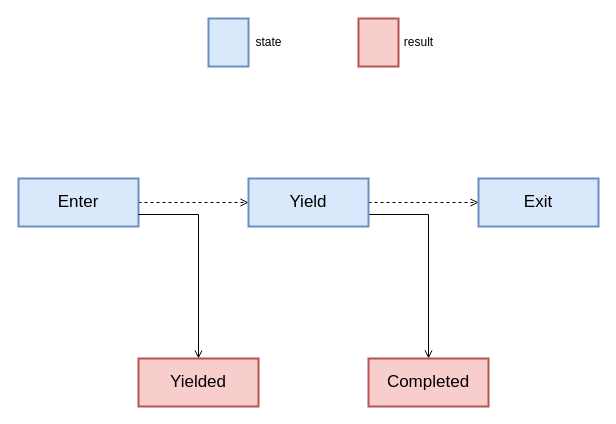
Above: page "generater" (2 of 4) of rust/rust-feature.drawio in dovics/draw.io (draw.io), before the change. Source tidied: cells renumbered, new cells numbered last; positions are measured from the earlier drawing's top-left corner, leaving out a move shared by most shapes. Both pictures are drawn from the tidied source at 100%, with x=0, y=0 at pixel (18, 18).
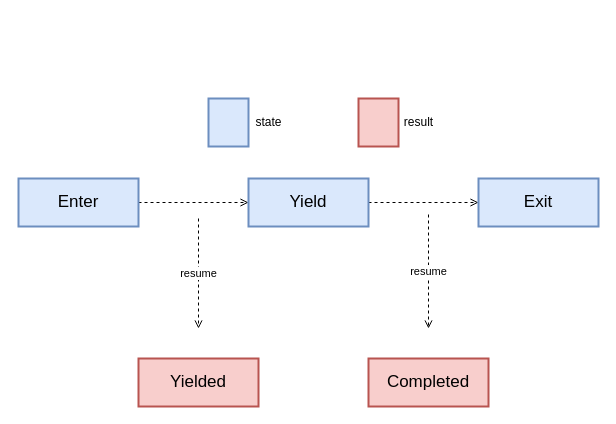
The same diagram, later.

The edit, as a diff of the source:
```diff
@@
 <mxGraphModel>
   <root>
     <mxCell id="0" />
     <mxCell id="1" parent="0" />
     <mxCell id="2" style="edgeStyle=orthogonalEdgeStyle;rounded=0;jettySize=auto;html=1;endArrow=open;endFill=0;dashed=1;" parent="1" edge="1" source="3" target="7">
       <mxGeometry relative="1" as="geometry" />
     </mxCell>
     <mxCell id="3" value="Enter" style="rounded=0;whiteSpace=wrap;html=1;strokeWidth=2;fontSize=17;fillColor=#dae8fc;strokeColor=#6c8ebf;" parent="1" vertex="1">
       <mxGeometry y="160" width="120" height="48" as="geometry" />
     </mxCell>
     <mxCell id="4" style="edgeStyle=orthogonalEdgeStyle;rounded=0;jettySize=auto;html=1;endArrow=open;endFill=0;dashed=1;" parent="1" edge="1" source="7" target="8">
       <mxGeometry relative="1" as="geometry" />
     </mxCell>
-    <mxCell id="5" style="edgeStyle=orthogonalEdgeStyle;rounded=0;jettySize=auto;html=1;exitX=1;exitY=0.75;exitDx=0;exitDy=0;endArrow=open;endFill=0;" parent="1" edge="1" source="3" target="9">
-      <mxGeometry relative="1" as="geometry" />
+    <mxCell id="5" value="resume" style="edgeStyle=orthogonalEdgeStyle;rounded=0;orthogonalLoop=1;jettySize=auto;html=1;endArrow=open;endFill=0;dashed=1;" parent="1" edge="1">
+      <mxGeometry relative="1" as="geometry">
+        <mxPoint x="180" y="200" as="sourcePoint" />
+        <mxPoint x="180" y="310" as="targetPoint" />
+      </mxGeometry>
     </mxCell>
-    <mxCell id="6" style="edgeStyle=orthogonalEdgeStyle;rounded=0;jettySize=auto;html=1;exitX=1;exitY=0.75;exitDx=0;exitDy=0;entryX=0.5;entryY=0;entryDx=0;entryDy=0;endArrow=open;endFill=0;" parent="1" edge="1" source="7" target="10">
-      <mxGeometry relative="1" as="geometry" />
+    <mxCell id="6" value="resume" style="edgeStyle=orthogonalEdgeStyle;rounded=0;orthogonalLoop=1;jettySize=auto;html=1;endArrow=open;endFill=0;dashed=1;" parent="1" edge="1">
+      <mxGeometry relative="1" as="geometry">
+        <mxPoint x="410" y="196" as="sourcePoint" />
+        <mxPoint x="410" y="310" as="targetPoint" />
+      </mxGeometry>
     </mxCell>
     <mxCell id="7" value="Yield" style="rounded=0;whiteSpace=wrap;html=1;strokeWidth=2;fontSize=17;fillColor=#dae8fc;strokeColor=#6c8ebf;" parent="1" vertex="1">
       <mxGeometry x="230" y="160" width="120" height="48" as="geometry" />
     </mxCell>
     <mxCell id="8" value="Exit" style="rounded=0;whiteSpace=wrap;html=1;strokeWidth=2;fontSize=17;fillColor=#dae8fc;strokeColor=#6c8ebf;" parent="1" vertex="1">
       <mxGeometry x="460" y="160" width="120" height="48" as="geometry" />
     </mxCell>
     <mxCell id="9" value="Yielded" style="rounded=0;whiteSpace=wrap;html=1;strokeWidth=2;fontSize=17;fillColor=#f8cecc;strokeColor=#b85450;" parent="1" vertex="1">
       <mxGeometry x="120" y="340" width="120" height="48" as="geometry" />
     </mxCell>
     <mxCell id="10" value="Completed" style="rounded=0;whiteSpace=wrap;html=1;strokeWidth=2;fontSize=17;fillColor=#f8cecc;strokeColor=#b85450;" parent="1" vertex="1">
       <mxGeometry x="350" y="340" width="120" height="48" as="geometry" />
     </mxCell>
     <mxCell id="11" style="rounded=0;whiteSpace=wrap;html=1;strokeWidth=2;fontSize=17;fillColor=#dae8fc;strokeColor=#6c8ebf;" parent="1" vertex="1">
-      <mxGeometry x="190" width="40" height="48" as="geometry" />
+      <mxGeometry x="190" y="80" width="40" height="48" as="geometry" />
     </mxCell>
     <mxCell id="12" value="state" style="text;html=1;align=center;verticalAlign=middle;strokeColor=none;" parent="1" vertex="1">
-      <mxGeometry x="230" y="14" width="40" height="20" as="geometry" />
+      <mxGeometry x="230" y="94" width="40" height="20" as="geometry" />
     </mxCell>
     <mxCell id="13" style="rounded=0;whiteSpace=wrap;html=1;strokeWidth=2;fontSize=17;fillColor=#f8cecc;strokeColor=#b85450;" parent="1" vertex="1">
-      <mxGeometry x="340" width="40" height="48" as="geometry" />
+      <mxGeometry x="340" y="80" width="40" height="48" as="geometry" />
     </mxCell>
     <mxCell id="14" value="result" style="text;html=1;align=center;verticalAlign=middle;strokeColor=none;" parent="1" vertex="1">
-      <mxGeometry x="380" y="14" width="40" height="20" as="geometry" />
+      <mxGeometry x="380" y="94" width="40" height="20" as="geometry" />
     </mxCell>
   </root>
 </mxGraphModel>
```
